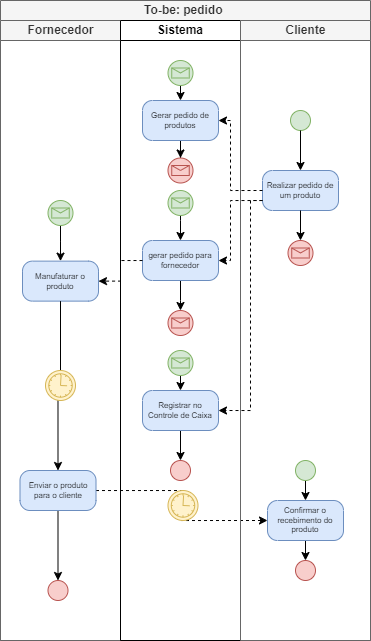
WolWolffz/ThuderBass_Stock keeps this draw.io diagram as Modelos de Processos As-Is e To-Be/ModeloToBe-pedido.png. Above is the earlier version. Source tidied: cells renumbered, new cells last; positions are measured from the earlier drawing's top-left corner, leaving out a move shared by most shapes.
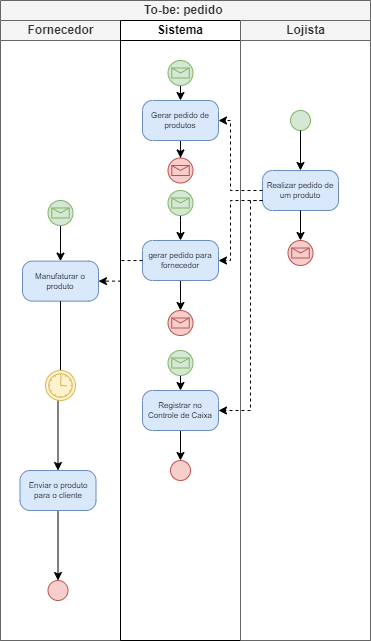
Above is the later version.

Change to the diagram source:
```diff
@@ -5,9 +5,6 @@
     <mxCell id="2" value="To-be: pedido&amp;nbsp;" style="swimlane;html=1;startSize=20;whiteSpace=wrap;fillColor=#f5f5f5;fontColor=#333333;strokeColor=#666666;" parent="1" vertex="1">
       <mxGeometry width="370" height="640" as="geometry" />
     </mxCell>
-    <mxCell id="3" style="edgeStyle=orthogonalEdgeStyle;rounded=0;jettySize=auto;html=1;entryX=0;entryY=0.5;entryDx=0;entryDy=0;entryPerimeter=0;dashed=1;" parent="2" edge="1" source="8" target="35">
-      <mxGeometry relative="1" as="geometry" />
-    </mxCell>
     <mxCell id="4" value="Fornecedor" style="swimlane;html=1;startSize=20;fillColor=#f5f5f5;fontColor=#333333;strokeColor=#666666;" parent="2" vertex="1">
       <mxGeometry y="20" width="120" height="620" as="geometry" />
     </mxCell>
@@ -73,9 +70,6 @@
     <mxCell id="22" style="shape=mxgraph.bpmn.event;html=1;verticalLabelPosition=bottom;labelBackgroundColor=#ffffff;verticalAlign=top;align=center;perimeter=ellipsePerimeter;outline=standard;symbol=message;fillColor=#f8cecc;strokeColor=#b85450;" parent="13" vertex="1">
       <mxGeometry x="47.5" y="290" width="25" height="25" as="geometry" />
     </mxCell>
-    <mxCell id="23" style="shape=mxgraph.bpmn.event;html=1;verticalLabelPosition=bottom;labelBackgroundColor=#ffffff;verticalAlign=top;align=center;perimeter=ellipsePerimeter;outline=standard;symbol=timer;fillColor=#fff2cc;strokeColor=#d6b656;" parent="13" vertex="1">
-      <mxGeometry x="47.5" y="470" width="30" height="30" as="geometry" />
-    </mxCell>
     <mxCell id="24" style="points=[[0.145,0.145,0],[0.5,0,0],[0.855,0.145,0],[1,0.5,0],[0.855,0.855,0],[0.5,1,0],[0.145,0.855,0],[0,0.5,0]];shape=mxgraph.bpmn.event;html=1;verticalLabelPosition=bottom;labelBackgroundColor=#ffffff;verticalAlign=top;align=center;perimeter=ellipsePerimeter;outlineConnect=0;outline=standard;symbol=message;fillColor=#f8cecc;strokeColor=#b85450;" parent="13" vertex="1">
       <mxGeometry x="47.5" y="137.5" width="25" height="25" as="geometry" />
     </mxCell>
@@ -96,7 +90,7 @@
     <mxCell id="29" style="ellipse;whiteSpace=wrap;html=1;fillColor=#f8cecc;strokeColor=#b85450;" parent="13" vertex="1">
       <mxGeometry x="50" y="440" width="20" height="20" as="geometry" />
     </mxCell>
-    <mxCell id="30" value="Cliente" style="swimlane;html=1;startSize=20;fillColor=#f5f5f5;fontColor=#333333;strokeColor=#666666;" parent="2" vertex="1">
+    <mxCell id="30" value="Lojista" style="swimlane;html=1;startSize=20;fillColor=#f5f5f5;fontColor=#333333;strokeColor=#666666;" parent="2" vertex="1">
       <mxGeometry x="240" y="20" width="130" height="620" as="geometry" />
     </mxCell>
     <mxCell id="31" style="ellipse;whiteSpace=wrap;html=1;fillColor=#d5e8d4;strokeColor=#82b366;" parent="30" vertex="1">
@@ -105,24 +99,9 @@
     <mxCell id="32" value="Realizar pedido de um produto" style="points=[[0.25,0,0],[0.5,0,0],[0.75,0,0],[1,0.25,0],[1,0.5,0],[1,0.75,0],[0.75,1,0],[0.5,1,0],[0.25,1,0],[0,0.75,0],[0,0.5,0],[0,0.25,0]];shape=mxgraph.bpmn.task;whiteSpace=wrap;rectStyle=rounded;size=10;html=1;taskMarker=abstract;fillColor=#dae8fc;strokeColor=#6c8ebf;fontSize=8;" parent="30" vertex="1">
       <mxGeometry x="22" y="150" width="76" height="40" as="geometry" />
     </mxCell>
-    <mxCell id="33" style="edgeStyle=orthogonalEdgeStyle;rounded=0;jettySize=auto;html=1;exitX=0.5;exitY=0;exitDx=0;exitDy=0;exitPerimeter=0;entryX=0.5;entryY=1;entryDx=0;entryDy=0;startArrow=classic;startFill=1;endArrow=none;endFill=0;" parent="30" edge="1" source="35" target="37">
-      <mxGeometry relative="1" as="geometry" />
-    </mxCell>
-    <mxCell id="34" style="edgeStyle=orthogonalEdgeStyle;rounded=0;jettySize=auto;html=1;exitX=0.5;exitY=1;exitDx=0;exitDy=0;exitPerimeter=0;entryX=0.5;entryY=0;entryDx=0;entryDy=0;" parent="30" edge="1" source="35" target="38">
-      <mxGeometry relative="1" as="geometry" />
-    </mxCell>
-    <mxCell id="35" value="Confirmar o recebimento do produto" style="points=[[0.25,0,0],[0.5,0,0],[0.75,0,0],[1,0.25,0],[1,0.5,0],[1,0.75,0],[0.75,1,0],[0.5,1,0],[0.25,1,0],[0,0.75,0],[0,0.5,0],[0,0.25,0]];shape=mxgraph.bpmn.task;whiteSpace=wrap;rectStyle=rounded;size=10;html=1;taskMarker=abstract;fillColor=#dae8fc;strokeColor=#6c8ebf;fontSize=8;" parent="30" vertex="1">
-      <mxGeometry x="27" y="480" width="76" height="40" as="geometry" />
-    </mxCell>
     <mxCell id="36" style="edgeStyle=orthogonalEdgeStyle;rounded=0;jettySize=auto;html=1;entryX=0.5;entryY=0;entryDx=0;entryDy=0;entryPerimeter=0;" parent="30" edge="1" source="32" target="39">
       <mxGeometry relative="1" as="geometry" />
     </mxCell>
-    <mxCell id="37" style="ellipse;whiteSpace=wrap;html=1;fillColor=#d5e8d4;strokeColor=#82b366;" parent="30" vertex="1">
-      <mxGeometry x="55" y="440" width="20" height="20" as="geometry" />
-    </mxCell>
-    <mxCell id="38" style="ellipse;whiteSpace=wrap;html=1;fillColor=#f8cecc;strokeColor=#b85450;" parent="30" vertex="1">
-      <mxGeometry x="55" y="540" width="20" height="20" as="geometry" />
-    </mxCell>
     <mxCell id="39" style="points=[[0.145,0.145,0],[0.5,0,0],[0.855,0.145,0],[1,0.5,0],[0.855,0.855,0],[0.5,1,0],[0.145,0.855,0],[0,0.5,0]];shape=mxgraph.bpmn.event;html=1;verticalLabelPosition=bottom;labelBackgroundColor=#ffffff;verticalAlign=top;align=center;perimeter=ellipsePerimeter;outlineConnect=0;outline=standard;symbol=message;fillColor=#f8cecc;strokeColor=#b85450;" parent="30" vertex="1">
       <mxGeometry x="47.5" y="220" width="25" height="25" as="geometry" />
     </mxCell>
```
